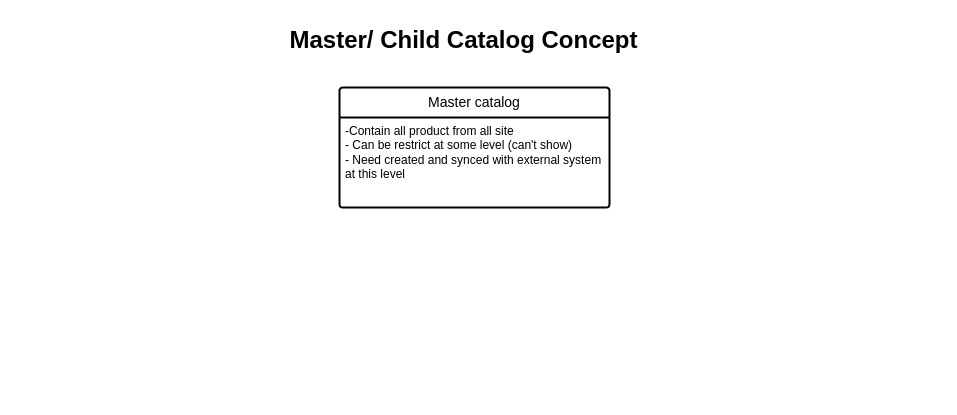
Before: page "Master/ChildCatalog Concept" (2 of 2) of Product.drawio in quangha1103/Knownledge-about-e-com-Test, a draw.io diagram. Source tidied: cells renumbered, new cells numbered last; positions are measured from the earlier drawing's top-left corner, leaving out a move shared by most shapes. Both pictures are drawn from the tidied source at 100%, with x=0, y=0 at pixel (288, 17).
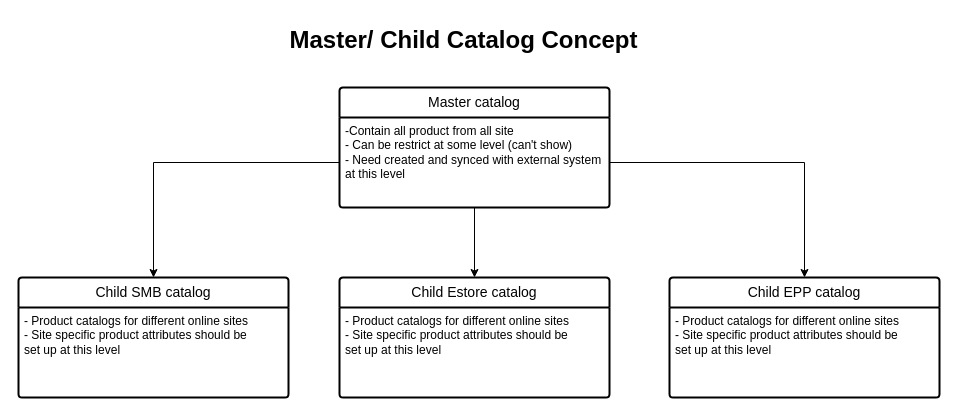
The same page after the edit.

Commit message:
Cập nhật Master catalog.drawio

Diff of the diagram source:
```diff
@@
 <mxGraphModel>
   <root>
     <mxCell id="0" />
     <mxCell id="1" parent="0" />
     <mxCell id="2" value="&lt;font style=&quot;font-size: 24px;&quot;&gt;Master/ Child Catalog Concept&lt;/font&gt;&lt;div&gt;&lt;br&gt;&lt;/div&gt;" style="text;html=1;align=center;verticalAlign=middle;strokeColor=none;fillColor=none;fontStyle=1;" parent="1" vertex="1">
       <mxGeometry width="350" height="60" as="geometry" />
     </mxCell>
     <mxCell id="3" value="Master catalog" style="swimlane;horizontal=1;startSize=30;rounded=1;fontSize=14;fontStyle=0;strokeWidth=2;shadow=0;dashed=0;align=center;arcSize=4;whiteSpace=wrap;html=1;" parent="1" vertex="1">
       <mxGeometry x="51" y="70" width="270" height="120" as="geometry" />
     </mxCell>
     <mxCell id="4" value="&lt;div&gt;-Contain all product from all site&lt;/div&gt;&lt;div&gt;- Can be restrict at some level (can't show)&lt;/div&gt;&lt;div&gt;- Need created and synced with external system&lt;/div&gt;&lt;div&gt;at this level&lt;/div&gt;" style="align=left;strokeColor=none;fillColor=none;spacingLeft=4;fontSize=12;verticalAlign=top;html=1;" parent="3" vertex="1">
       <mxGeometry y="30" width="270" height="90" as="geometry" />
     </mxCell>
+    <mxCell id="5" value="Child Estore catalog" style="swimlane;horizontal=1;startSize=30;rounded=1;fontSize=14;fontStyle=0;strokeWidth=2;shadow=0;dashed=0;align=center;arcSize=4;whiteSpace=wrap;html=1;" parent="1" vertex="1">
+      <mxGeometry x="51" y="260" width="270" height="120" as="geometry" />
+    </mxCell>
+    <mxCell id="6" value="- Product catalogs for different online sites&lt;div&gt;- Site specific product attributes should be&amp;nbsp;&lt;/div&gt;&lt;div&gt;set up at this level&lt;/div&gt;" style="align=left;strokeColor=none;fillColor=none;spacingLeft=4;fontSize=12;verticalAlign=top;html=1;" parent="5" vertex="1">
+      <mxGeometry y="30" width="270" height="90" as="geometry" />
+    </mxCell>
+    <mxCell id="7" value="Child EPP catalog" style="swimlane;horizontal=1;startSize=30;rounded=1;fontSize=14;fontStyle=0;strokeWidth=2;shadow=0;dashed=0;align=center;arcSize=4;whiteSpace=wrap;html=1;" parent="1" vertex="1">
+      <mxGeometry x="381" y="260" width="270" height="120" as="geometry" />
+    </mxCell>
+    <mxCell id="8" value="- Product catalogs for different online sites&lt;div&gt;- Site specific product attributes should be&amp;nbsp;&lt;/div&gt;&lt;div&gt;set up at this level&lt;/div&gt;" style="align=left;strokeColor=none;fillColor=none;spacingLeft=4;fontSize=12;verticalAlign=top;html=1;" parent="7" vertex="1">
+      <mxGeometry y="30" width="270" height="90" as="geometry" />
+    </mxCell>
+    <mxCell id="9" value="Child SMB catalog" style="swimlane;horizontal=1;startSize=30;rounded=1;fontSize=14;fontStyle=0;strokeWidth=2;shadow=0;dashed=0;align=center;arcSize=4;whiteSpace=wrap;html=1;" parent="1" vertex="1">
+      <mxGeometry x="-270" y="260" width="270" height="120" as="geometry" />
+    </mxCell>
+    <mxCell id="10" value="- Product catalogs for different online sites&lt;div&gt;- Site specific product attributes should be&amp;nbsp;&lt;/div&gt;&lt;div&gt;set up at this level&lt;/div&gt;" style="align=left;strokeColor=none;fillColor=none;spacingLeft=4;fontSize=12;verticalAlign=top;html=1;" parent="9" vertex="1">
+      <mxGeometry y="30" width="270" height="90" as="geometry" />
+    </mxCell>
+    <mxCell id="11" style="edgeStyle=orthogonalEdgeStyle;rounded=0;jettySize=auto;html=1;" parent="1" edge="1" source="4" target="5">
+      <mxGeometry relative="1" as="geometry" />
+    </mxCell>
+    <mxCell id="12" style="edgeStyle=orthogonalEdgeStyle;rounded=0;jettySize=auto;html=1;" parent="1" edge="1" source="4" target="9">
+      <mxGeometry relative="1" as="geometry" />
+    </mxCell>
+    <mxCell id="13" style="edgeStyle=orthogonalEdgeStyle;rounded=0;jettySize=auto;html=1;" parent="1" edge="1" source="4" target="7">
+      <mxGeometry relative="1" as="geometry" />
+    </mxCell>
   </root>
 </mxGraphModel>
```
